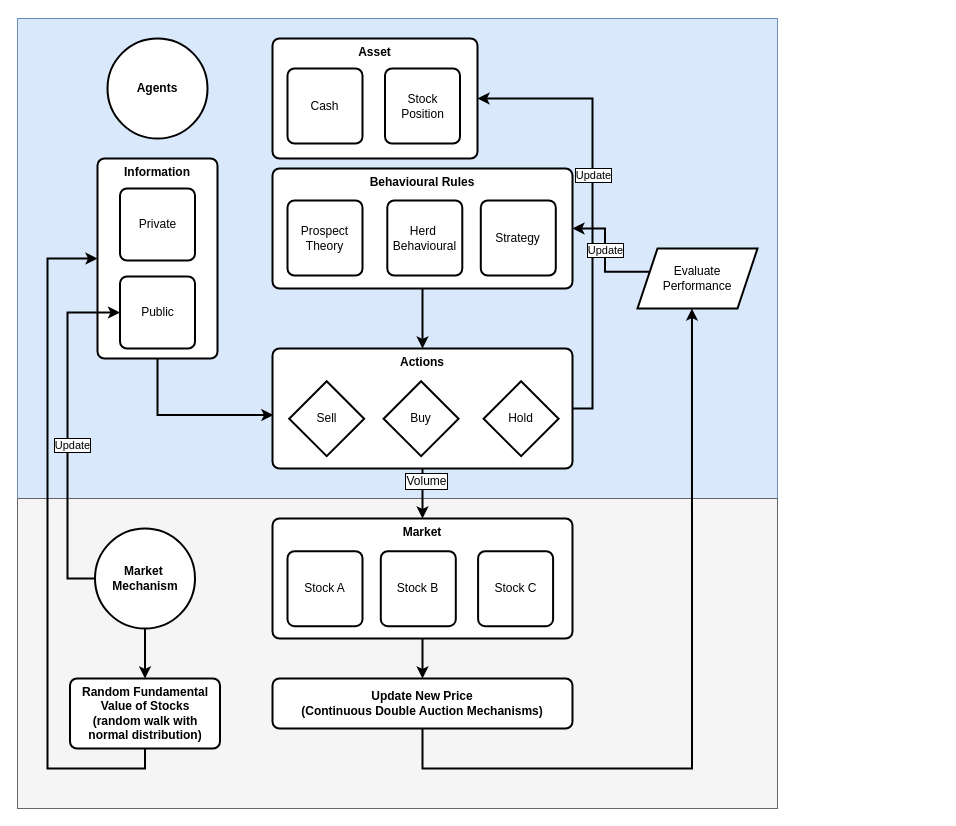
The draw.io diagram Untitled Diagram.drawio in JustSimpleLucas/agent-based-modelling-behavioural-fianance, before the edit. Source tidied: cells renumbered, new cells numbered last; positions are measured from the earlier drawing's top-left corner, leaving out a move shared by most shapes. Both pictures are drawn from the tidied source at 100%, with x=0, y=0 at pixel (17, 18).
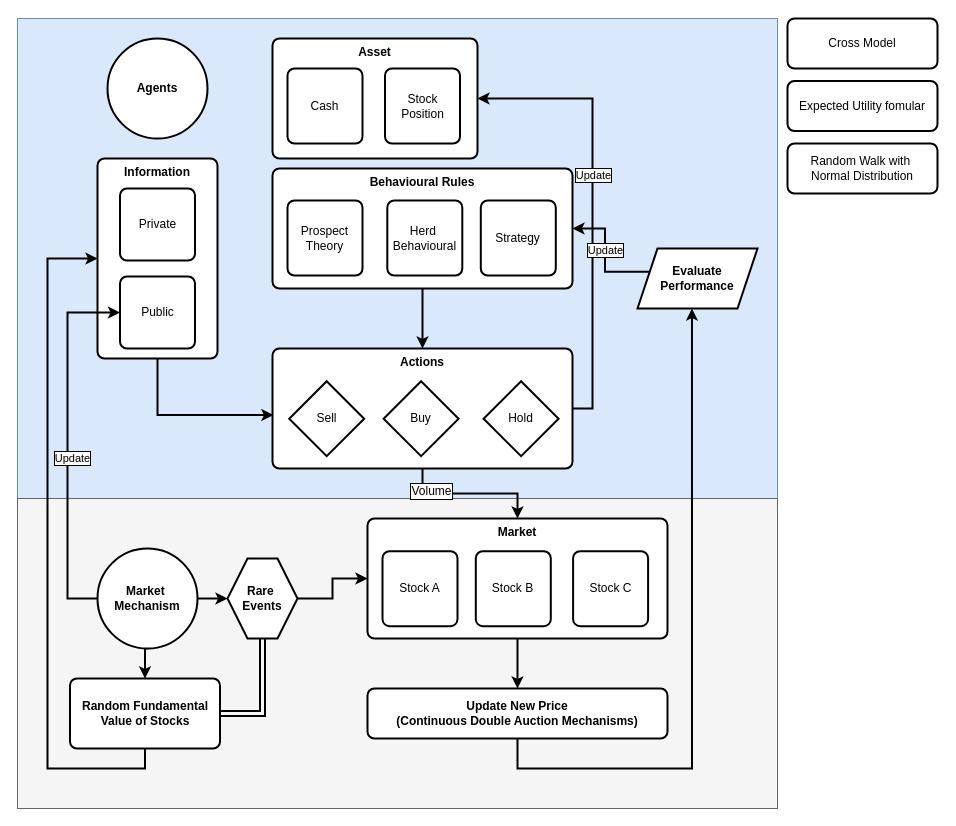
The same diagram, later.

Unchanged cells that the change refers to:
```xml
<mxCell id="14" value="&lt;b&gt;Actions&lt;/b&gt;" style="rounded=1;whiteSpace=wrap;html=1;absoluteArcSize=1;arcSize=14;strokeWidth=2;verticalAlign=top;" parent="13" vertex="1">
  <mxGeometry width="300" height="120" as="geometry" />
</mxCell>
<mxCell id="32" value="Public" style="rounded=1;whiteSpace=wrap;html=1;absoluteArcSize=1;arcSize=14;strokeWidth=2;" parent="1" vertex="1">
  <mxGeometry x="102.5" y="258" width="75" height="72" as="geometry" />
</mxCell>
```

Diff of the diagram source:
```diff
@@
-    <mxCell id="20" style="group;" parent="1" vertex="1">
-      <mxGeometry x="255" y="500" width="300" height="120" as="geometry" />
-    </mxCell>
-    <mxCell id="21" value="&lt;b&gt;Market&lt;/b&gt;" style="rounded=1;whiteSpace=wrap;html=1;absoluteArcSize=1;arcSize=14;strokeWidth=2;verticalAlign=top;" parent="20" vertex="1">
-      <mxGeometry width="300" height="120" as="geometry" />
-    </mxCell>
-    <mxCell id="22" style="edgeStyle=none;rounded=0;orthogonalLoop=1;jettySize=auto;html=1;exitX=0.5;exitY=1;exitDx=0;exitDy=0;" parent="20" edge="1" source="21" target="21">
-      <mxGeometry relative="1" as="geometry" />
-    </mxCell>
-    <mxCell id="23" value="Stock A" style="rounded=1;whiteSpace=wrap;html=1;absoluteArcSize=1;arcSize=14;strokeWidth=2;" parent="20" vertex="1">
-      <mxGeometry x="15" y="32.7" width="75" height="75" as="geometry" />
-    </mxCell>
-    <mxCell id="24" value="&lt;div&gt;Stock B&lt;/div&gt;" style="rounded=1;whiteSpace=wrap;html=1;absoluteArcSize=1;arcSize=14;strokeWidth=2;" parent="20" vertex="1">
-      <mxGeometry x="108.3" y="32.7" width="75" height="75" as="geometry" />
-    </mxCell>
-    <mxCell id="25" value="Stock C" style="rounded=1;whiteSpace=wrap;html=1;absoluteArcSize=1;arcSize=14;strokeWidth=2;" parent="20" vertex="1">
-      <mxGeometry x="205.6" y="32.7" width="75" height="75" as="geometry" />
-    </mxCell>
-    <mxCell id="26" style="endArrow=classic;html=1;rounded=0;exitX=0.5;exitY=1;exitDx=0;exitDy=0;entryX=0.5;entryY=0;entryDx=0;entryDy=0;strokeWidth=2;" parent="1" edge="1" source="14" target="21">
+    <mxCell id="26" style="endArrow=classic;html=1;rounded=0;exitX=0.5;exitY=1;exitDx=0;exitDy=0;entryX=0.5;entryY=0;entryDx=0;entryDy=0;strokeWidth=2;edgeStyle=orthogonalEdgeStyle;" parent="1" edge="1" source="14" target="21">
       <mxGeometry relative="1" as="geometry" />
     </mxCell>
@@
     <mxCell id="28" style="edgeStyle=orthogonalEdgeStyle;rounded=0;jettySize=auto;html=1;exitX=0.5;exitY=1;exitDx=0;exitDy=0;entryX=0.454;entryY=1.002;entryDx=0;entryDy=0;strokeWidth=2;entryPerimeter=0;" parent="1" edge="1" source="29" target="39">
       <mxGeometry relative="1" as="geometry">
         <Array as="points">
-          <mxPoint x="405" y="750" />
-          <mxPoint x="675" y="750" />
+          <mxPoint x="500" y="750" />
+          <mxPoint x="674" y="750" />
         </Array>
       </mxGeometry>
     </mxCell>
     <mxCell id="29" value="&lt;b&gt;Update New Price&lt;/b&gt;&lt;div&gt;&lt;b&gt;(C&lt;/b&gt;&lt;span style=&quot;background-color: transparent;&quot;&gt;&lt;b&gt;ontinuous Double Auction Mechanisms&lt;/b&gt;&lt;/span&gt;&lt;b style=&quot;background-color: transparent; color: light-dark(rgb(0, 0, 0), rgb(255, 255, 255));&quot;&gt;)&lt;/b&gt;&lt;/div&gt;" style="rounded=1;whiteSpace=wrap;html=1;absoluteArcSize=1;arcSize=14;strokeWidth=2;" parent="1" vertex="1">
-      <mxGeometry x="255" y="660" width="300" height="50" as="geometry" />
+      <mxGeometry x="350" y="670" width="300" height="50" as="geometry" />
     </mxCell>
@@
     <mxCell id="34" style="edgeStyle=orthogonalEdgeStyle;rounded=0;jettySize=auto;html=1;exitX=0;exitY=0.5;exitDx=0;exitDy=0;exitPerimeter=0;strokeWidth=2;fontSize=12;" parent="1" edge="1" source="37" target="32">
       <mxGeometry relative="1" as="geometry">
         <Array as="points">
-          <mxPoint x="50" y="560" />
+          <mxPoint x="50" y="580" />
           <mxPoint x="50" y="294" />
         </Array>
       </mxGeometry>
     </mxCell>
@@
+    <mxCell id="47" style="edgeStyle=orthogonalEdgeStyle;rounded=0;jettySize=auto;html=1;strokeWidth=2;" parent="1" edge="1" source="37" target="51">
+      <mxGeometry relative="1" as="geometry">
+        <Array as="points">
+          <mxPoint x="200" y="580" />
+          <mxPoint x="200" y="580" />
+        </Array>
+      </mxGeometry>
+    </mxCell>
     <mxCell id="37" value="&lt;b&gt;Market&amp;nbsp;&lt;/b&gt;&lt;div&gt;&lt;b&gt;Mechanism&lt;/b&gt;&lt;/div&gt;" style="strokeWidth=2;html=1;shape=mxgraph.flowchart.start_2;whiteSpace=wrap;" parent="1" vertex="1">
-      <mxGeometry x="77.5" y="510" width="100" height="100" as="geometry" />
+      <mxGeometry x="80" y="530" width="100" height="100" as="geometry" />
     </mxCell>
@@
-    <mxCell id="39" value="Evaluate Performance" style="shape=parallelogram;perimeter=parallelogramPerimeter;whiteSpace=wrap;html=1;fixedSize=1;strokeWidth=2;" parent="1" vertex="1">
+    <mxCell id="39" value="&lt;b&gt;Evaluate Performance&lt;/b&gt;" style="shape=parallelogram;perimeter=parallelogramPerimeter;whiteSpace=wrap;html=1;fixedSize=1;strokeWidth=2;" parent="1" vertex="1">
       <mxGeometry x="620" y="230" width="120" height="60" as="geometry" />
     </mxCell>
@@
-    <mxCell id="46" value="&lt;b&gt;Random Fundamental Value of Stocks&lt;/b&gt;&lt;div&gt;&lt;b&gt;(random walk with normal distribution)&lt;/b&gt;&lt;/div&gt;" style="rounded=1;whiteSpace=wrap;html=1;absoluteArcSize=1;arcSize=14;strokeWidth=2;" parent="1" vertex="1">
+    <mxCell id="46" value="&lt;b&gt;Random Fundamental Value of Stocks&lt;/b&gt;" style="rounded=1;whiteSpace=wrap;html=1;absoluteArcSize=1;arcSize=14;strokeWidth=2;" parent="1" vertex="1">
       <mxGeometry x="52.5" y="660" width="150" height="70" as="geometry" />
     </mxCell>
+    <mxCell id="48" style="group;" parent="1" vertex="1">
+      <mxGeometry x="350" y="500" width="300" height="120" as="geometry" />
+    </mxCell>
+    <mxCell id="21" value="&lt;b&gt;Market&lt;/b&gt;" style="rounded=1;whiteSpace=wrap;html=1;absoluteArcSize=1;arcSize=14;strokeWidth=2;verticalAlign=top;" parent="48" vertex="1">
+      <mxGeometry width="300" height="120" as="geometry" />
+    </mxCell>
+    <mxCell id="23" value="Stock A" style="rounded=1;whiteSpace=wrap;html=1;absoluteArcSize=1;arcSize=14;strokeWidth=2;" parent="48" vertex="1">
+      <mxGeometry x="15" y="32.7" width="75" height="75" as="geometry" />
+    </mxCell>
+    <mxCell id="24" value="&lt;div&gt;Stock B&lt;/div&gt;" style="rounded=1;whiteSpace=wrap;html=1;absoluteArcSize=1;arcSize=14;strokeWidth=2;" parent="48" vertex="1">
+      <mxGeometry x="108.3" y="32.7" width="75" height="75" as="geometry" />
+    </mxCell>
+    <mxCell id="25" value="Stock C" style="rounded=1;whiteSpace=wrap;html=1;absoluteArcSize=1;arcSize=14;strokeWidth=2;" parent="48" vertex="1">
+      <mxGeometry x="205.6" y="32.7" width="75" height="75" as="geometry" />
+    </mxCell>
+    <mxCell id="22" style="edgeStyle=none;rounded=0;orthogonalLoop=1;jettySize=auto;html=1;exitX=0.5;exitY=1;exitDx=0;exitDy=0;" parent="48" edge="1" source="21" target="21">
+      <mxGeometry relative="1" as="geometry" />
+    </mxCell>
+    <mxCell id="49" style="edgeStyle=orthogonalEdgeStyle;rounded=0;jettySize=auto;html=1;exitX=1;exitY=0.5;exitDx=0;exitDy=0;entryX=0;entryY=0.5;entryDx=0;entryDy=0;textShadow=0;strokeWidth=2;" parent="1" edge="1" source="51" target="21">
+      <mxGeometry relative="1" as="geometry" />
+    </mxCell>
+    <mxCell id="50" style="edgeStyle=orthogonalEdgeStyle;rounded=0;jettySize=auto;html=1;exitX=0.5;exitY=1;exitDx=0;exitDy=0;entryX=1;entryY=0.5;entryDx=0;entryDy=0;shape=link;strokeWidth=2;" parent="1" edge="1" source="51" target="46">
+      <mxGeometry relative="1" as="geometry" />
+    </mxCell>
+    <mxCell id="51" value="&lt;b&gt;Rare&amp;nbsp;&lt;/b&gt;&lt;div&gt;&lt;b&gt;Events&lt;/b&gt;&lt;/div&gt;" style="shape=hexagon;perimeter=hexagonPerimeter2;whiteSpace=wrap;html=1;fixedSize=1;strokeWidth=2;" parent="1" vertex="1">
+      <mxGeometry x="210" y="540" width="70" height="80" as="geometry" />
+    </mxCell>
+    <mxCell id="52" value="Cross Model" style="rounded=1;whiteSpace=wrap;html=1;absoluteArcSize=1;arcSize=14;strokeWidth=2;" parent="1" vertex="1">
+      <mxGeometry x="770" width="150" height="50" as="geometry" />
+    </mxCell>
+    <mxCell id="53" value="Expected Utility fomular" style="rounded=1;whiteSpace=wrap;html=1;absoluteArcSize=1;arcSize=14;strokeWidth=2;" parent="1" vertex="1">
+      <mxGeometry x="770" y="62.5" width="150" height="50" as="geometry" />
+    </mxCell>
+    <mxCell id="54" value="Random Walk with&amp;nbsp;&lt;div&gt;Normal Distribution&lt;/div&gt;" style="rounded=1;whiteSpace=wrap;html=1;absoluteArcSize=1;arcSize=14;strokeWidth=2;" parent="1" vertex="1">
+      <mxGeometry x="770" y="125" width="150" height="50" as="geometry" />
+    </mxCell>
```
